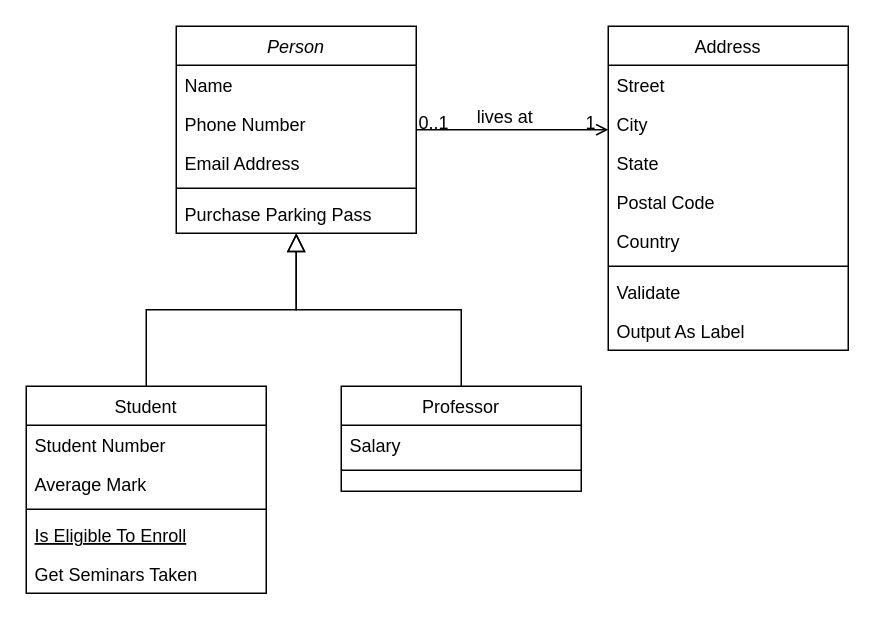
Above: Untitled Diagram.drawio in jdserato/CSIT227-GO1-AY2425 (draw.io), before the change. Source tidied: cells renumbered, new cells numbered last; positions are measured from the earlier drawing's top-left corner, leaving out a move shared by most shapes. Both pictures are drawn from the tidied source at 150%, with x=0, y=0 at pixel (26, 26).
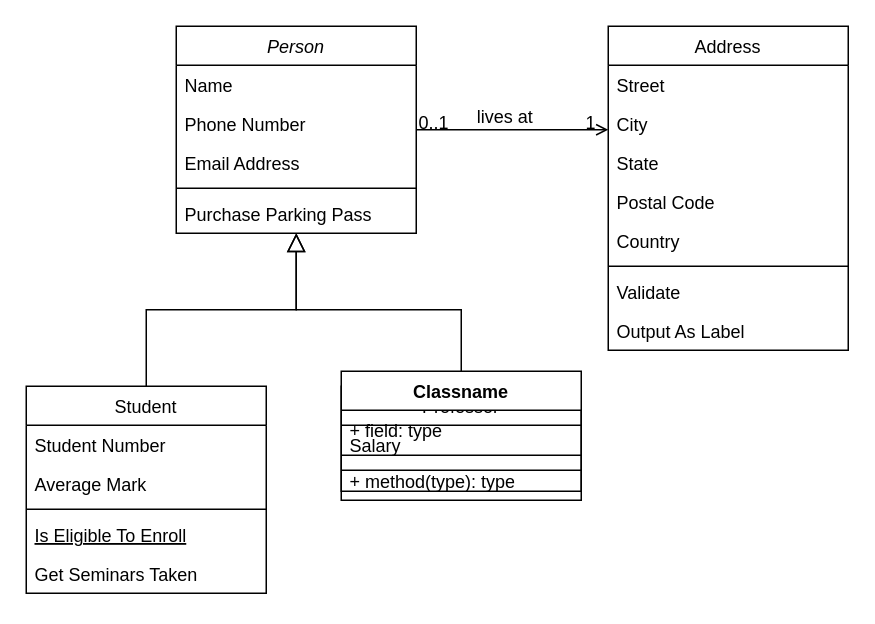
The same page after the edit.

Diff of the diagram source:
```diff
@@
+    <mxCell id="32" value="Classname" style="swimlane;fontStyle=1;align=center;verticalAlign=top;horizontal=1;startSize=26;whiteSpace=wrap;html=1;" parent="1" vertex="1">
+      <mxGeometry x="210" y="230" width="160" height="86" as="geometry" />
+    </mxCell>
+    <mxCell id="33" value="+ field: type" style="text;strokeColor=none;fillColor=none;align=left;verticalAlign=top;spacingLeft=4;spacingRight=4;overflow=hidden;whiteSpace=wrap;html=1;" parent="32" vertex="1">
+      <mxGeometry y="26" width="160" height="26" as="geometry" />
+    </mxCell>
+    <mxCell id="34" style="line;strokeWidth=1;fillColor=none;align=left;verticalAlign=middle;spacingTop=-1;spacingLeft=3;spacingRight=3;labelPosition=right;strokeColor=inherit;" parent="32" vertex="1">
+      <mxGeometry y="52" width="160" height="8" as="geometry" />
+    </mxCell>
+    <mxCell id="35" value="+ method(type): type" style="text;strokeColor=none;fillColor=none;align=left;verticalAlign=top;spacingLeft=4;spacingRight=4;overflow=hidden;whiteSpace=wrap;html=1;" parent="32" vertex="1">
+      <mxGeometry y="60" width="160" height="26" as="geometry" />
+    </mxCell>
```
